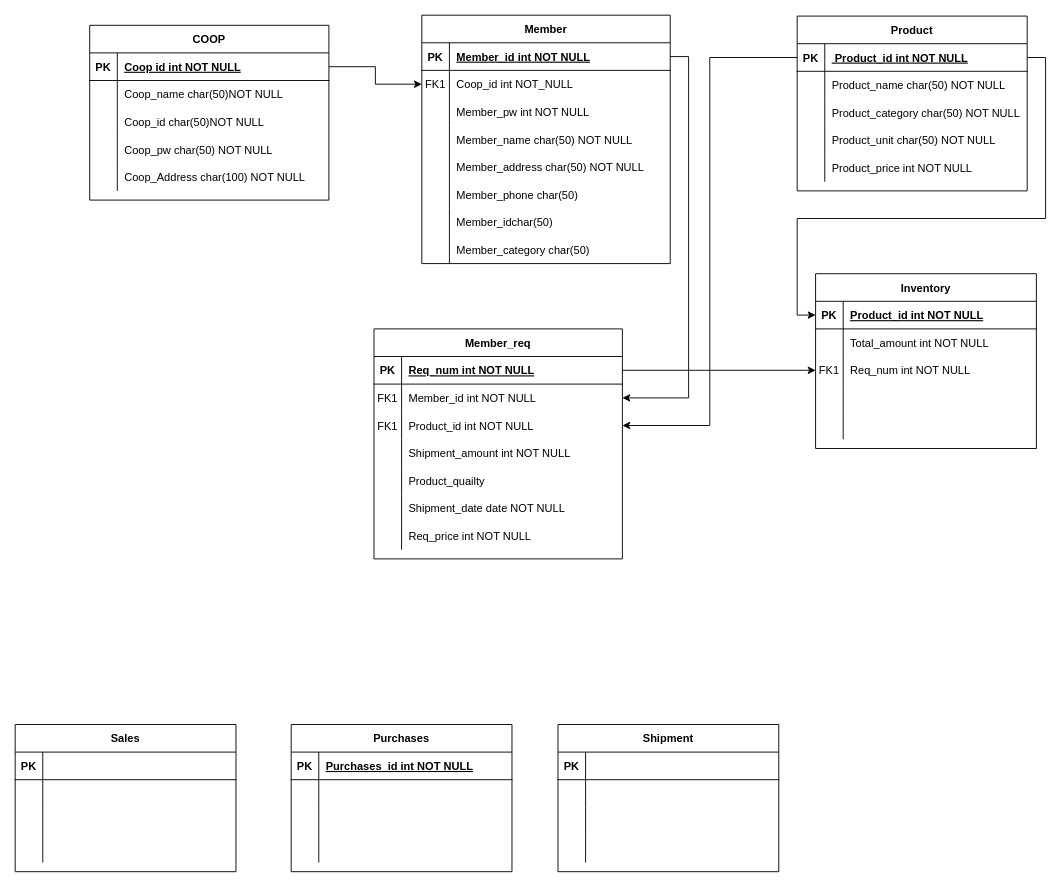
Earlier version of the draw.io diagram ERP-ERD.drawio (Now-Hyeok/CoopERP). Source tidied: cells renumbered, new cells numbered last; positions are measured from the earlier drawing's top-left corner, leaving out a move shared by most shapes. Both pictures are drawn from the tidied source at 92%, with x=0, y=0 at pixel (15, 15).
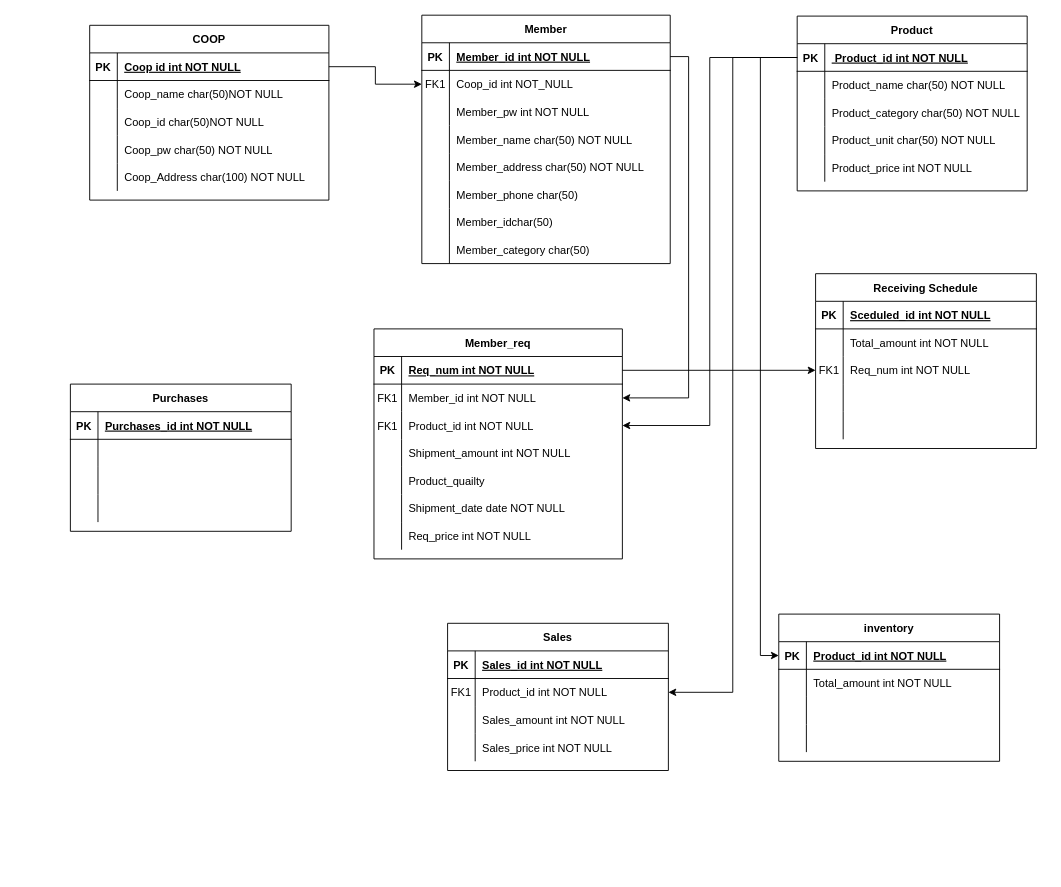
The same diagram, later.

Unchanged cells that the change refers to:
```xml
<mxCell id="44" style="shape=tableRow;horizontal=0;startSize=0;swimlaneHead=0;swimlaneBody=0;fillColor=none;points=[[0,0.5],[1,0.5]];portConstraint=eastwest;top=0;left=0;right=0;bottom=1;" parent="43" vertex="1">
  <mxGeometry y="30" width="240" height="30" as="geometry" />
</mxCell>
<mxCell id="60" style="shape=tableRow;horizontal=0;startSize=0;swimlaneHead=0;swimlaneBody=0;fillColor=none;points=[[0,0.5],[1,0.5]];portConstraint=eastwest;top=0;left=0;right=0;bottom=1;" parent="59" vertex="1">
  <mxGeometry y="30" width="250" height="30" as="geometry" />
</mxCell>
<mxCell id="76" style="shape=tableRow;horizontal=0;startSize=0;swimlaneHead=0;swimlaneBody=0;fillColor=none;top=0;left=0;right=0;bottom=1;" parent="75" vertex="1">
  <mxGeometry y="30" width="240" height="30" as="geometry" />
</mxCell>
<mxCell id="79" style="shape=tableRow;horizontal=0;startSize=0;swimlaneHead=0;swimlaneBody=0;fillColor=none;points=[[0,0.5],[1,0.5]];portConstraint=eastwest;top=0;left=0;right=0;bottom=0;" parent="75" vertex="1">
  <mxGeometry y="60" width="240" height="30" as="geometry" />
</mxCell>
<mxCell id="82" style="shape=tableRow;horizontal=0;startSize=0;swimlaneHead=0;swimlaneBody=0;fillColor=none;top=0;left=0;right=0;bottom=0;" parent="75" vertex="1">
  <mxGeometry y="90" width="240" height="30" as="geometry" />
</mxCell>
<mxCell id="85" style="shape=tableRow;horizontal=0;startSize=0;swimlaneHead=0;swimlaneBody=0;fillColor=none;top=0;left=0;right=0;bottom=0;" parent="75" vertex="1">
  <mxGeometry y="120" width="240" height="30" as="geometry" />
</mxCell>
```

Diff of the diagram source:
```diff
@@
-    <mxCell id="43" value="Inventory" style="shape=table;startSize=30;childLayout=tableLayout;rowLines=0;fontStyle=1;align=center;" parent="1" vertex="1">
+    <mxCell id="43" value="Receiving Schedule" style="shape=table;startSize=30;childLayout=tableLayout;rowLines=0;fontStyle=1;align=center;" parent="1" vertex="1">
       <mxGeometry x="870" y="281" width="240" height="190" as="geometry" />
     </mxCell>
@@
-    <mxCell id="46" value="Product_id int NOT NULL" style="shape=partialRectangle;fillColor=none;top=0;left=0;bottom=0;right=0;align=left;spacingLeft=6;fontStyle=5;overflow=hidden;" parent="44" vertex="1">
+    <mxCell id="46" value="Sceduled_id int NOT NULL" style="shape=partialRectangle;fillColor=none;top=0;left=0;bottom=0;right=0;align=left;spacingLeft=6;fontStyle=5;overflow=hidden;" parent="44" vertex="1">
       <mxGeometry x="30" width="210" height="30" as="geometry" />
     </mxCell>
@@
     <mxCell id="75" value="Sales" style="shape=table;startSize=30;childLayout=tableLayout;rowLines=0;fontStyle=1;align=center;" parent="1" vertex="1">
-      <mxGeometry y="771" width="240" height="160" as="geometry" />
+      <mxGeometry x="470" y="661" width="240" height="160" as="geometry" />
     </mxCell>
@@
-    <mxCell id="78" style="shape=partialRectangle;fillColor=none;top=0;left=0;bottom=0;right=0;align=left;spacingLeft=6;fontStyle=5;overflow=hidden;" parent="76" vertex="1">
+    <mxCell id="78" value="Sales_id int NOT NULL" style="shape=partialRectangle;fillColor=none;top=0;left=0;bottom=0;right=0;align=left;spacingLeft=6;fontStyle=5;overflow=hidden;" parent="76" vertex="1">
       <mxGeometry x="30" width="210" height="30" as="geometry" />
     </mxCell>
@@
-    <mxCell id="80" style="shape=partialRectangle;fillColor=none;top=0;left=0;bottom=0;right=0;overflow=hidden;" parent="79" vertex="1">
+    <mxCell id="80" value="FK1" style="shape=partialRectangle;fillColor=none;top=0;left=0;bottom=0;right=0;overflow=hidden;" parent="79" vertex="1">
       <mxGeometry width="30" height="30" as="geometry" />
     </mxCell>
-    <mxCell id="81" style="shape=partialRectangle;fillColor=none;top=0;left=0;bottom=0;right=0;align=left;spacingLeft=6;overflow=hidden;" parent="79" vertex="1">
+    <mxCell id="81" value="Product_id int NOT NULL" style="shape=partialRectangle;fillColor=none;top=0;left=0;bottom=0;right=0;align=left;spacingLeft=6;overflow=hidden;" parent="79" vertex="1">
       <mxGeometry x="30" width="210" height="30" as="geometry" />
     </mxCell>
@@
-    <mxCell id="84" style="shape=partialRectangle;fillColor=none;top=0;left=0;bottom=0;right=0;align=left;spacingLeft=6;overflow=hidden;" parent="82" vertex="1">
+    <mxCell id="84" value="Sales_amount int NOT NULL" style="shape=partialRectangle;fillColor=none;top=0;left=0;bottom=0;right=0;align=left;spacingLeft=6;overflow=hidden;" parent="82" vertex="1">
       <mxGeometry x="30" width="210" height="30" as="geometry" />
     </mxCell>
@@
-    <mxCell id="87" style="shape=partialRectangle;fillColor=none;top=0;left=0;bottom=0;right=0;align=left;spacingLeft=6;overflow=hidden;" parent="85" vertex="1">
+    <mxCell id="87" value="Sales_price int NOT NULL" style="shape=partialRectangle;fillColor=none;top=0;left=0;bottom=0;right=0;align=left;spacingLeft=6;overflow=hidden;" parent="85" vertex="1">
       <mxGeometry x="30" width="210" height="30" as="geometry" />
     </mxCell>
     <mxCell id="88" value="Purchases" style="shape=table;startSize=30;childLayout=tableLayout;rowLines=0;fontStyle=1;align=center;" parent="1" vertex="1">
-      <mxGeometry x="300" y="771" width="240" height="160" as="geometry" />
+      <mxGeometry x="60" y="401" width="240" height="160" as="geometry" />
     </mxCell>
@@
-    <mxCell id="101" value="Shipment" style="shape=table;startSize=30;childLayout=tableLayout;rowLines=0;fontStyle=1;align=center;" parent="1" vertex="1">
-      <mxGeometry x="590" y="771" width="240" height="160" as="geometry" />
-    </mxCell>
-    <mxCell id="102" style="shape=tableRow;horizontal=0;startSize=0;swimlaneHead=0;swimlaneBody=0;fillColor=none;points=[[0,0.5],[1,0.5]];portConstraint=eastwest;top=0;left=0;right=0;bottom=1;" parent="101" vertex="1">
-      <mxGeometry y="30" width="240" height="30" as="geometry" />
-    </mxCell>
-    <mxCell id="103" value="PK" style="shape=partialRectangle;fillColor=none;top=0;left=0;bottom=0;right=0;fontStyle=1;overflow=hidden;" parent="102" vertex="1">
-      <mxGeometry width="30" height="30" as="geometry" />
-    </mxCell>
-    <mxCell id="104" style="shape=partialRectangle;fillColor=none;top=0;left=0;bottom=0;right=0;align=left;spacingLeft=6;fontStyle=5;overflow=hidden;" parent="102" vertex="1">
-      <mxGeometry x="30" width="210" height="30" as="geometry" />
-    </mxCell>
-    <mxCell id="105" style="shape=tableRow;horizontal=0;startSize=0;swimlaneHead=0;swimlaneBody=0;fillColor=none;top=0;left=0;right=0;bottom=0;" parent="101" vertex="1">
-      <mxGeometry y="60" width="240" height="30" as="geometry" />
-    </mxCell>
-    <mxCell id="106" style="shape=partialRectangle;fillColor=none;top=0;left=0;bottom=0;right=0;overflow=hidden;" parent="105" vertex="1">
-      <mxGeometry width="30" height="30" as="geometry" />
-    </mxCell>
-    <mxCell id="107" style="shape=partialRectangle;fillColor=none;top=0;left=0;bottom=0;right=0;align=left;spacingLeft=6;overflow=hidden;" parent="105" vertex="1">
-      <mxGeometry x="30" width="210" height="30" as="geometry" />
-    </mxCell>
-    <mxCell id="108" style="shape=tableRow;horizontal=0;startSize=0;swimlaneHead=0;swimlaneBody=0;fillColor=none;top=0;left=0;right=0;bottom=0;" parent="101" vertex="1">
-      <mxGeometry y="90" width="240" height="30" as="geometry" />
-    </mxCell>
-    <mxCell id="109" style="shape=partialRectangle;fillColor=none;top=0;left=0;bottom=0;right=0;overflow=hidden;" parent="108" vertex="1">
-      <mxGeometry width="30" height="30" as="geometry" />
-    </mxCell>
-    <mxCell id="110" style="shape=partialRectangle;fillColor=none;top=0;left=0;bottom=0;right=0;align=left;spacingLeft=6;overflow=hidden;" parent="108" vertex="1">
-      <mxGeometry x="30" width="210" height="30" as="geometry" />
-    </mxCell>
-    <mxCell id="111" style="shape=tableRow;horizontal=0;startSize=0;swimlaneHead=0;swimlaneBody=0;fillColor=none;top=0;left=0;right=0;bottom=0;" parent="101" vertex="1">
-      <mxGeometry y="120" width="240" height="30" as="geometry" />
-    </mxCell>
-    <mxCell id="112" style="shape=partialRectangle;fillColor=none;top=0;left=0;bottom=0;right=0;overflow=hidden;" parent="111" vertex="1">
-      <mxGeometry width="30" height="30" as="geometry" />
-    </mxCell>
-    <mxCell id="113" style="shape=partialRectangle;fillColor=none;top=0;left=0;bottom=0;right=0;align=left;spacingLeft=6;overflow=hidden;" parent="111" vertex="1">
-      <mxGeometry x="30" width="210" height="30" as="geometry" />
-    </mxCell>
@@
-    <mxCell id="140" style="edgeStyle=orthogonalEdgeStyle;rounded=0;jettySize=auto;html=1;entryX=0;entryY=0.5;entryDx=0;entryDy=0;" parent="1" edge="1" source="60" target="44">
-      <mxGeometry relative="1" as="geometry">
-        <Array as="points">
-          <mxPoint x="1120" y="46" />
-          <mxPoint x="1120" y="221" />
-          <mxPoint x="850" y="221" />
-          <mxPoint x="850" y="326" />
-        </Array>
-      </mxGeometry>
-    </mxCell>
+    <mxCell id="141" value="inventory" style="shape=table;startSize=30;childLayout=tableLayout;rowLines=0;fontStyle=1;align=center;" parent="1" vertex="1">
+      <mxGeometry x="830" y="651" width="240" height="160" as="geometry" />
+    </mxCell>
+    <mxCell id="102" style="shape=tableRow;horizontal=0;startSize=0;swimlaneHead=0;swimlaneBody=0;fillColor=none;points=[[0,0.5],[1,0.5]];portConstraint=eastwest;top=0;left=0;right=0;bottom=1;" parent="141" vertex="1">
+      <mxGeometry y="30" width="240" height="30" as="geometry" />
+    </mxCell>
+    <mxCell id="103" value="PK" style="shape=partialRectangle;fillColor=none;top=0;left=0;bottom=0;right=0;fontStyle=1;overflow=hidden;" parent="102" vertex="1">
+      <mxGeometry width="30" height="30" as="geometry" />
+    </mxCell>
+    <mxCell id="142" value="Product_id int NOT NULL" style="shape=partialRectangle;fillColor=none;top=0;left=0;bottom=0;right=0;align=left;spacingLeft=6;fontStyle=5;overflow=hidden;" parent="102" vertex="1">
+      <mxGeometry x="30" width="210" height="30" as="geometry" />
+    </mxCell>
+    <mxCell id="105" style="shape=tableRow;horizontal=0;startSize=0;swimlaneHead=0;swimlaneBody=0;fillColor=none;top=0;left=0;right=0;bottom=0;" parent="141" vertex="1">
+      <mxGeometry y="60" width="240" height="30" as="geometry" />
+    </mxCell>
+    <mxCell id="143" style="shape=partialRectangle;fillColor=none;top=0;left=0;bottom=0;right=0;overflow=hidden;" parent="105" vertex="1">
+      <mxGeometry width="30" height="30" as="geometry" />
+    </mxCell>
+    <mxCell id="144" value="Total_amount int NOT NULL" style="shape=partialRectangle;fillColor=none;top=0;left=0;bottom=0;right=0;align=left;spacingLeft=6;overflow=hidden;" parent="105" vertex="1">
+      <mxGeometry x="30" width="210" height="30" as="geometry" />
+    </mxCell>
+    <mxCell id="108" style="shape=tableRow;horizontal=0;startSize=0;swimlaneHead=0;swimlaneBody=0;fillColor=none;top=0;left=0;right=0;bottom=0;" parent="141" vertex="1">
+      <mxGeometry y="90" width="240" height="30" as="geometry" />
+    </mxCell>
+    <mxCell id="145" style="shape=partialRectangle;fillColor=none;top=0;left=0;bottom=0;right=0;overflow=hidden;" parent="108" vertex="1">
+      <mxGeometry width="30" height="30" as="geometry" />
+    </mxCell>
+    <mxCell id="146" style="shape=partialRectangle;fillColor=none;top=0;left=0;bottom=0;right=0;align=left;spacingLeft=6;overflow=hidden;" parent="108" vertex="1">
+      <mxGeometry x="30" width="210" height="30" as="geometry" />
+    </mxCell>
+    <mxCell id="111" style="shape=tableRow;horizontal=0;startSize=0;swimlaneHead=0;swimlaneBody=0;fillColor=none;top=0;left=0;right=0;bottom=0;" parent="141" vertex="1">
+      <mxGeometry y="120" width="240" height="30" as="geometry" />
+    </mxCell>
+    <mxCell id="147" style="shape=partialRectangle;fillColor=none;top=0;left=0;bottom=0;right=0;overflow=hidden;" parent="111" vertex="1">
+      <mxGeometry width="30" height="30" as="geometry" />
+    </mxCell>
+    <mxCell id="148" style="shape=partialRectangle;fillColor=none;top=0;left=0;bottom=0;right=0;align=left;spacingLeft=6;overflow=hidden;" parent="111" vertex="1">
+      <mxGeometry x="30" width="210" height="30" as="geometry" />
+    </mxCell>
+    <mxCell id="149" style="edgeStyle=orthogonalEdgeStyle;rounded=0;jettySize=auto;html=1;entryX=0;entryY=0.5;entryDx=0;entryDy=0;" parent="1" edge="1" source="60" target="102">
+      <mxGeometry relative="1" as="geometry">
+        <Array as="points">
+          <mxPoint x="810" y="46" />
+          <mxPoint x="810" y="696" />
+        </Array>
+      </mxGeometry>
+    </mxCell>
+    <mxCell id="150" style="edgeStyle=orthogonalEdgeStyle;rounded=0;jettySize=auto;html=1;entryX=1;entryY=0.5;entryDx=0;entryDy=0;" parent="1" edge="1" source="60" target="79">
+      <mxGeometry relative="1" as="geometry" />
+    </mxCell>
```
